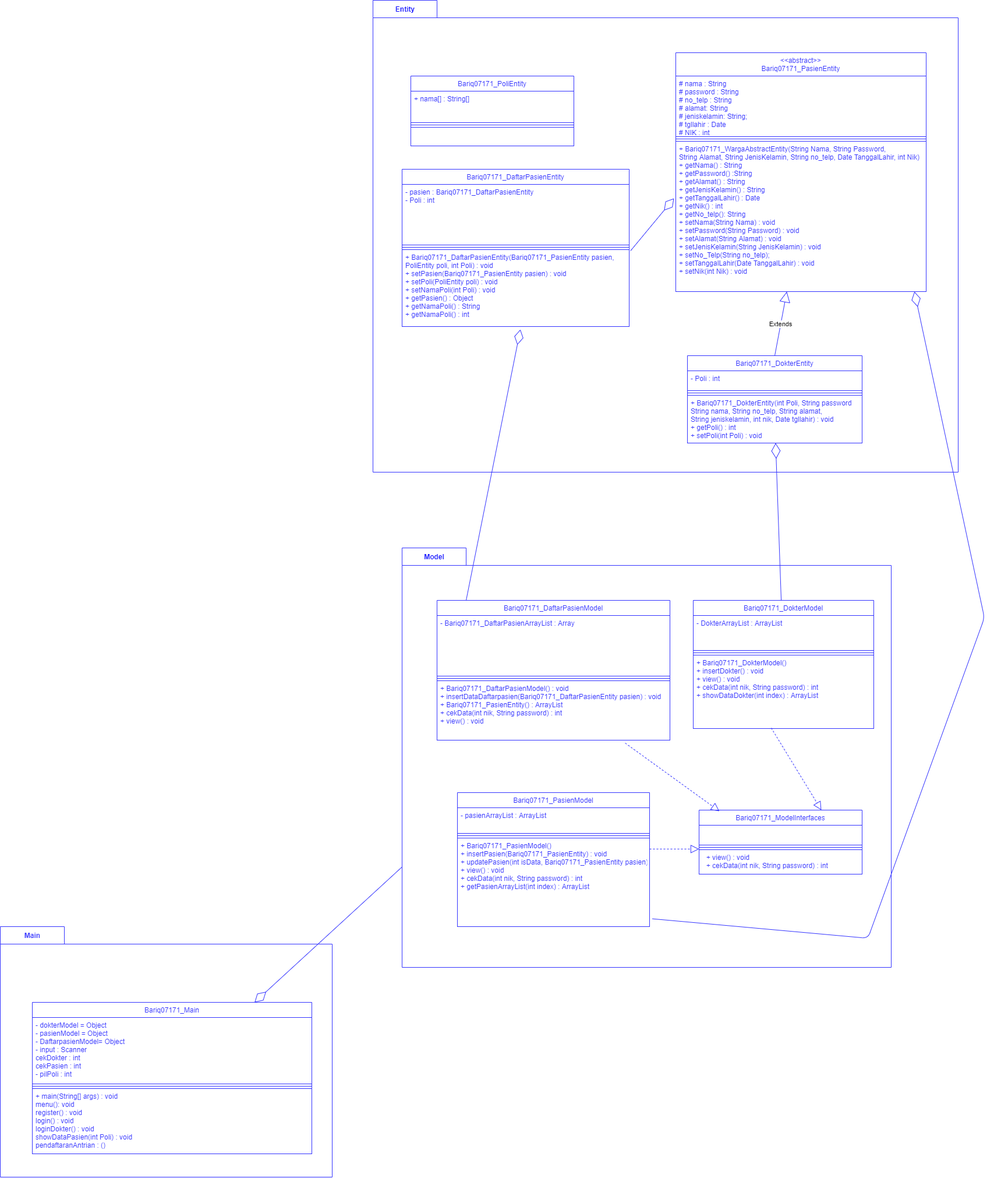
bariq-qs/07171_PBO keeps this draw.io diagram as Praktikum/Modul 2/Tugas Praktikum Modul 2/Class-Diagram-M2.png. Above is the earlier version. Source tidied: cells renumbered, new cells last; positions are measured from the earlier drawing's top-left corner, leaving out a move shared by most shapes.
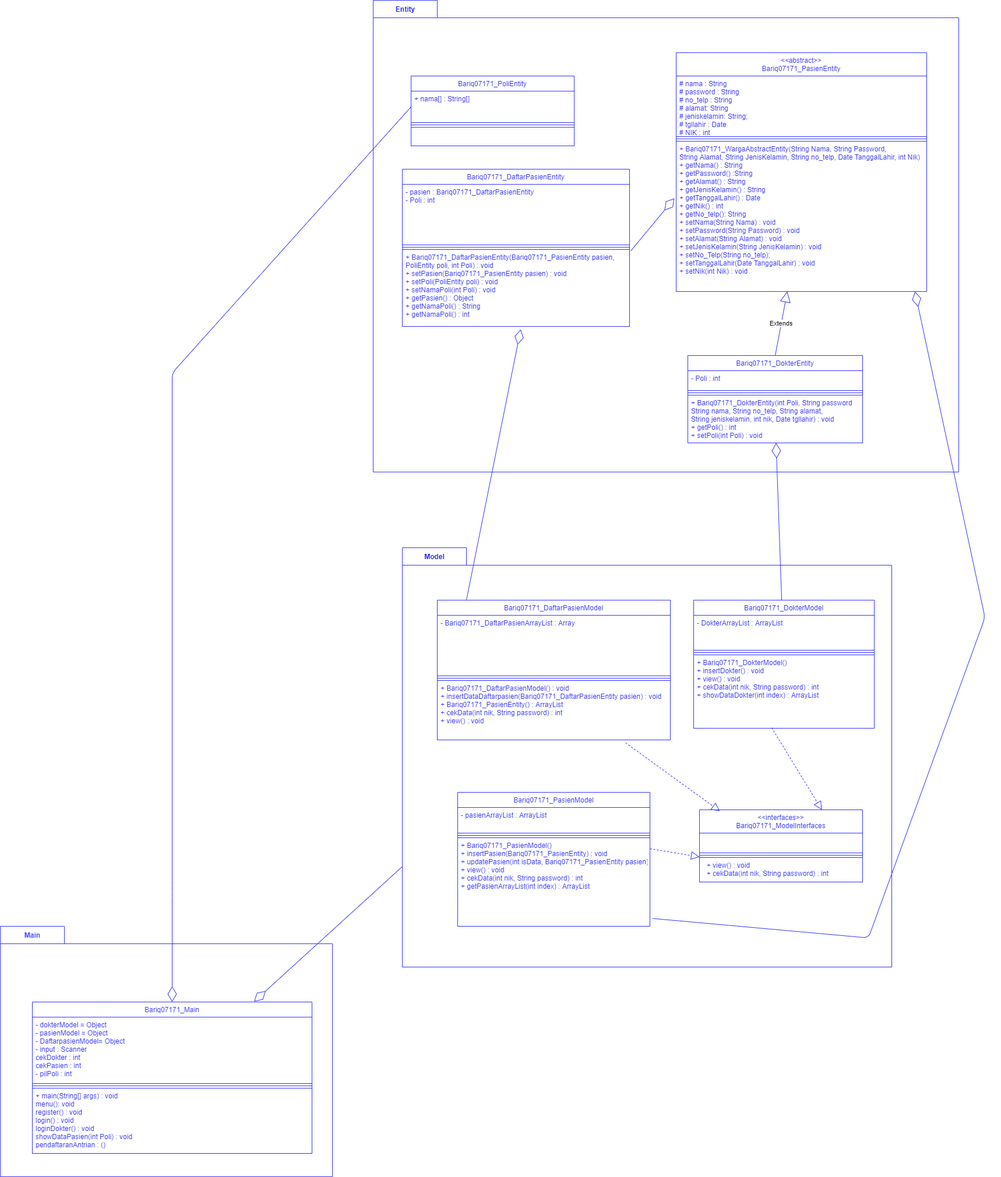
Above is the later version.

Commit message:
revision class diagram

What changed in the source:
```diff
@@ -23,17 +23,17 @@
     <mxCell id="8" value="&lt;font color=&quot;#0000ff&quot;&gt;Entity&lt;/font&gt;" style="shape=folder;fontStyle=1;tabWidth=110;tabHeight=30;tabPosition=left;html=1;boundedLbl=1;labelInHeader=1;strokeColor=#3333FF;" parent="1" vertex="1">
       <mxGeometry x="640" width="1005" height="810" as="geometry" />
     </mxCell>
-    <mxCell id="9" value="Bariq07171_ModelInterfaces" style="swimlane;fontStyle=0;align=center;verticalAlign=top;horizontal=1;startSize=26;fontColor=#3333FF;strokeColor=#3333FF;" parent="1" vertex="1">
-      <mxGeometry x="1200" y="1390" width="280" height="110" as="geometry" />
+    <mxCell id="9" value="&lt;&lt;interfaces&gt;&gt;&#10;Bariq07171_ModelInterfaces" style="swimlane;fontStyle=0;align=center;verticalAlign=top;horizontal=1;startSize=40;fontColor=#3333FF;strokeColor=#3333FF;" parent="1" vertex="1">
+      <mxGeometry x="1200" y="1390" width="280" height="124" as="geometry" />
     </mxCell>
     <mxCell id="10" style="text;fillColor=none;align=left;verticalAlign=top;spacingLeft=4;spacingRight=4;overflow=hidden;points=[[0,0.5],[1,0.5]];portConstraint=eastwest;fontColor=#3333FF;strokeColor=#3333FF;" parent="9" vertex="1">
-      <mxGeometry y="26" width="280" height="34" as="geometry" />
+      <mxGeometry y="40" width="280" height="34" as="geometry" />
     </mxCell>
     <mxCell id="11" style="line;strokeWidth=1;fillColor=none;align=left;verticalAlign=middle;spacingTop=-1;spacingLeft=3;spacingRight=3;labelPosition=right;fontColor=#3333FF;strokeColor=#3333FF;" parent="9" vertex="1">
-      <mxGeometry y="60" width="280" height="8" as="geometry" />
+      <mxGeometry y="74" width="280" height="8" as="geometry" />
     </mxCell>
     <mxCell id="12" value="  + view() : void&#10;  + cekData(int nik, String password) : int" style="text;fillColor=none;align=left;verticalAlign=top;spacingLeft=4;spacingRight=4;overflow=hidden;points=[[0,0.5],[1,0.5]];portConstraint=eastwest;fontColor=#3333FF;strokeColor=#3333FF;" parent="9" vertex="1">
-      <mxGeometry y="68" width="280" height="42" as="geometry" />
+      <mxGeometry y="82" width="280" height="42" as="geometry" />
     </mxCell>
     <mxCell id="13" style="edgeStyle=orthogonalEdgeStyle;rounded=0;orthogonalLoop=1;jettySize=auto;html=1;exitX=1;exitY=0.5;exitDx=0;exitDy=0;fontColor=#3333FF;strokeColor=#3333FF;" parent="9" edge="1" source="10" target="10">
       <mxGeometry relative="1" as="geometry" />
@@ -176,8 +176,16 @@
         </Array>
       </mxGeometry>
     </mxCell>
-    <mxCell id="57" style="endArrow=diamondThin;endFill=0;endSize=24;html=1;strokeColor=#3333FF;exitX=0;exitY=0;exitDx=0;exitDy=547.5;exitPerimeter=0;" parent="1" edge="1" source="7" target="3">
-      <mxGeometry relative="1" as="geometry" />
+    <mxCell id="57" style="endArrow=diamondThin;endFill=0;endSize=24;html=1;strokeColor=#3333FF;exitX=0;exitY=0.5;exitDx=0;exitDy=0;" parent="1" edge="1" source="35" target="3">
+      <mxGeometry relative="1" as="geometry">
+        <Array as="points">
+          <mxPoint x="295" y="640" />
+          <mxPoint x="295" y="1530" />
+        </Array>
+      </mxGeometry>
     </mxCell>
+    <mxCell id="58" style="endArrow=diamondThin;endFill=0;endSize=24;html=1;strokeColor=#3333FF;exitX=0;exitY=0;exitDx=0;exitDy=547.5;exitPerimeter=0;entryX=0.793;entryY=-0.003;entryDx=0;entryDy=0;entryPerimeter=0;" parent="1" edge="1" source="7" target="3">
+      <mxGeometry relative="1" as="geometry" />
+    </mxCell>
   </root>
 </mxGraphModel>
```
